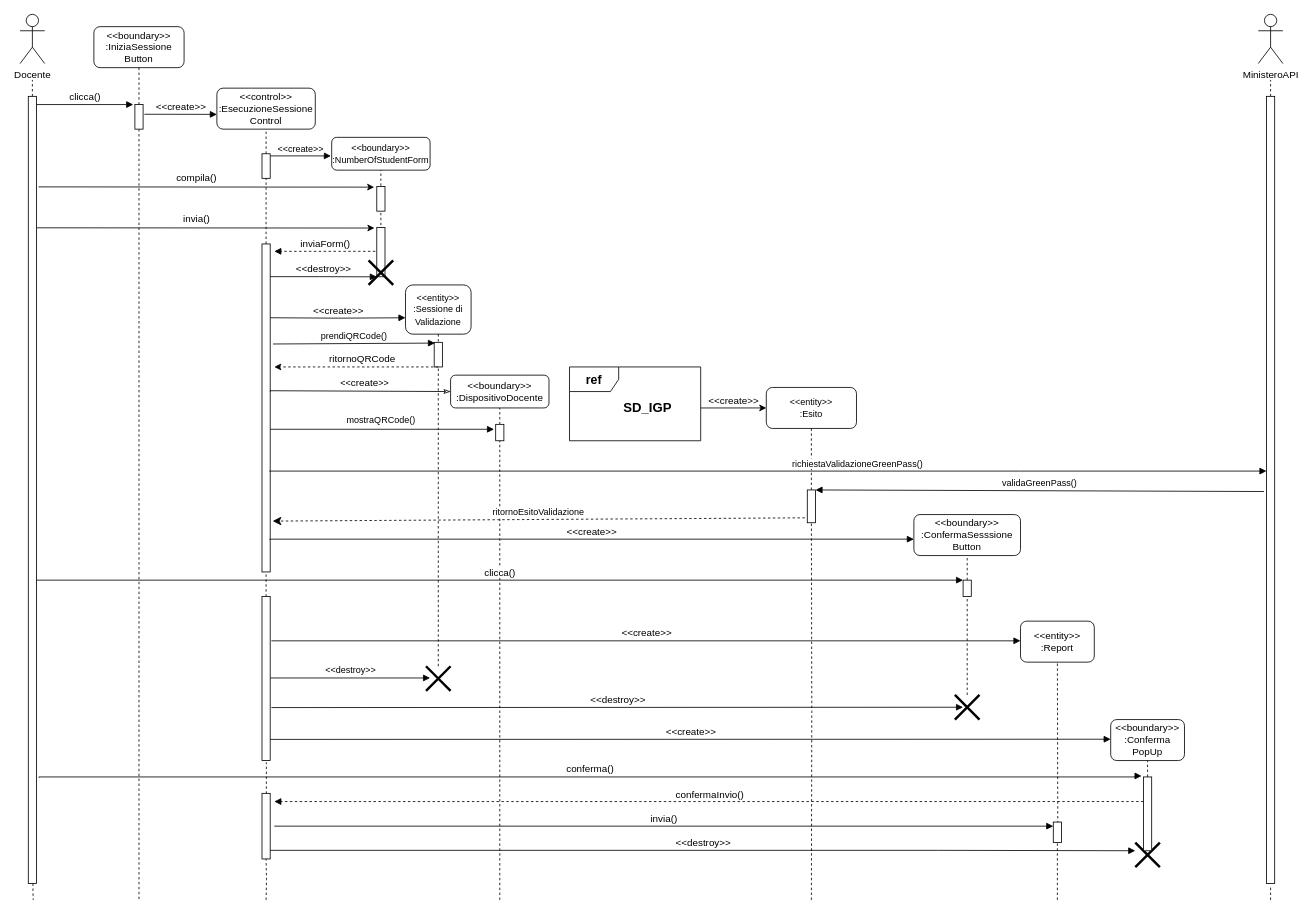
Earlier version of the draw.io diagram Documentazione/Resources/Sequence Diagram/Esecuzione Sessione/Sequence Diagram ExecuteSession.drawio (Alberto-00/EasyPass). Source tidied: cells renumbered, new cells numbered last; positions are measured from the earlier drawing's top-left corner, leaving out a move shared by most shapes. Both pictures are drawn from the tidied source at 82%, with x=0, y=0 at pixel (20, 14).
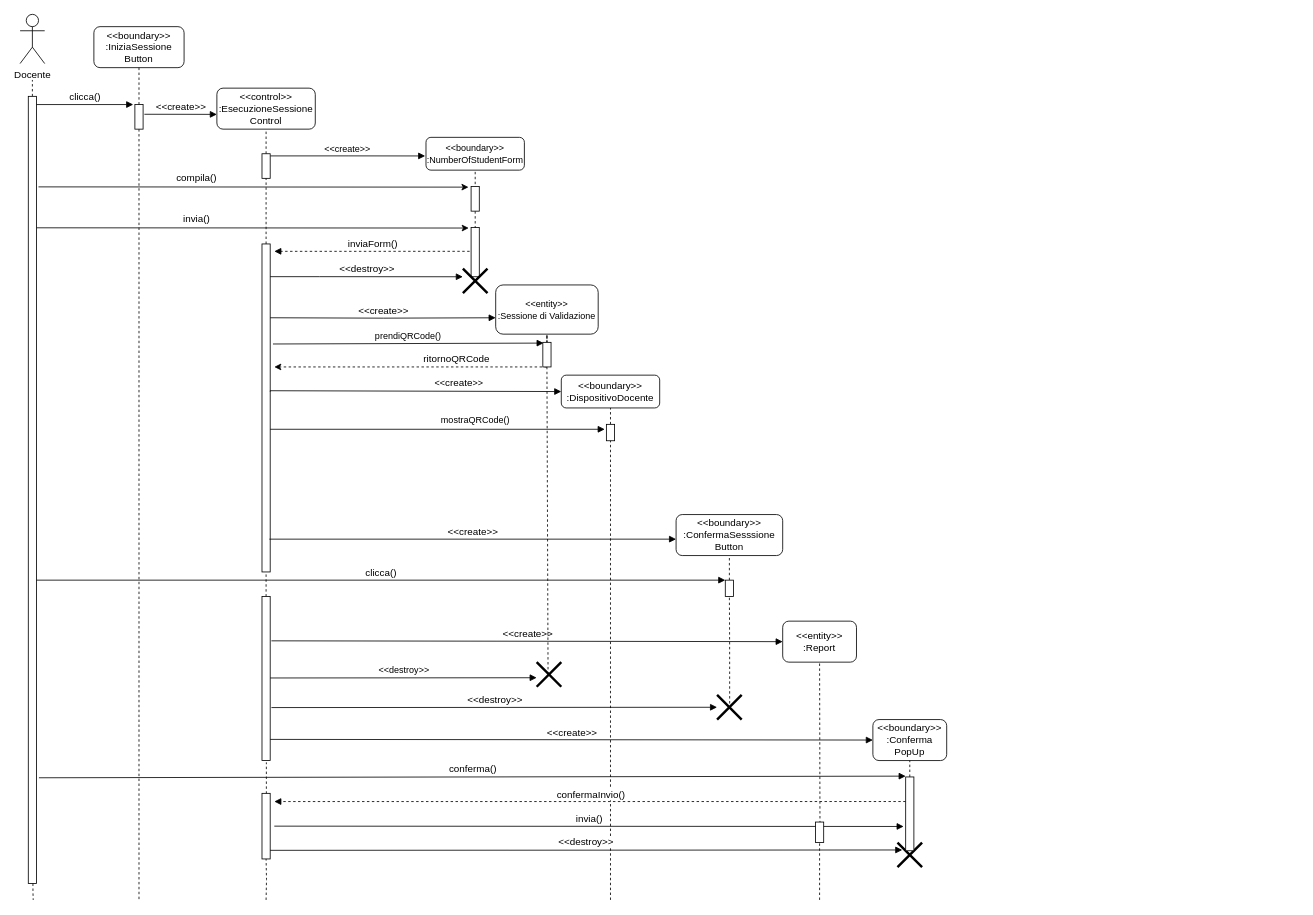
The same diagram, later.

The change refers to these unchanged cells:
```xml
<mxCell id="20" style="html=1;points=[];perimeter=orthogonalPerimeter;" parent="1" vertex="1">
  <mxGeometry x="295" y="280" width="10" height="400" as="geometry" />
</mxCell>
<mxCell id="47" style="html=1;points=[];perimeter=orthogonalPerimeter;" parent="1" vertex="1">
  <mxGeometry x="295" y="710" width="10" height="200" as="geometry" />
</mxCell>
```

Diff of the diagram source:
```diff
@@
     <mxCell id="16" value="&lt;span style=&quot;font-size: 11px&quot;&gt;&amp;lt;&amp;lt;boundary&amp;gt;&amp;gt;&lt;br&gt;:NumberOfStudentForm&lt;/span&gt;" style="rounded=1;whiteSpace=wrap;html=1;" parent="1" vertex="1">
-      <mxGeometry x="380" y="150" width="120" height="40" as="geometry" />
+      <mxGeometry x="495" y="150" width="120" height="40" as="geometry" />
     </mxCell>
     <mxCell id="17" style="endArrow=none;dashed=1;html=1;rounded=0;edgeStyle=orthogonalEdgeStyle;entryX=0.5;entryY=1;entryDx=0;entryDy=0;exitX=0.538;exitY=0.533;exitDx=0;exitDy=0;exitPerimeter=0;" parent="1" edge="1" source="24" target="16">
       <mxGeometry relative="1" as="geometry">
         <Array as="points">
-          <mxPoint x="441" y="260" />
-          <mxPoint x="440" y="260" />
+          <mxPoint x="556" y="260" />
+          <mxPoint x="555" y="260" />
         </Array>
       </mxGeometry>
     </mxCell>
     <mxCell id="18" style="html=1;points=[];perimeter=orthogonalPerimeter;" parent="1" vertex="1">
-      <mxGeometry x="435" y="210" width="10" height="30" as="geometry" />
+      <mxGeometry x="550" y="210" width="10" height="30" as="geometry" />
     </mxCell>
     <mxCell id="19" style="html=1;points=[];perimeter=orthogonalPerimeter;" parent="1" vertex="1">
-      <mxGeometry x="435" y="260" width="10" height="60" as="geometry" />
+      <mxGeometry x="550" y="260" width="10" height="60" as="geometry" />
     </mxCell>
@@
-    <mxCell id="23" value="&lt;font style=&quot;font-size: 12px&quot;&gt;&amp;lt;&amp;lt;destroy&amp;gt;&amp;gt;&lt;/font&gt;" style="html=1;verticalAlign=bottom;endArrow=block;rounded=0;edgeStyle=orthogonalEdgeStyle;entryX=0.007;entryY=1.002;entryDx=0;entryDy=0;entryPerimeter=0;" parent="1" edge="1" target="19">
+    <mxCell id="23" value="&lt;font style=&quot;font-size: 12px&quot;&gt;&amp;lt;&amp;lt;destroy&amp;gt;&amp;gt;&lt;/font&gt;" style="html=1;verticalAlign=bottom;endArrow=block;rounded=0;edgeStyle=orthogonalEdgeStyle;" parent="1" edge="1">
       <mxGeometry relative="1" as="geometry">
         <mxPoint x="305" y="319.9" as="sourcePoint" />
+        <mxPoint x="540" y="320" as="targetPoint" />
         <Array as="points">
           <mxPoint x="365" y="320" />
         </Array>
       </mxGeometry>
     </mxCell>
     <mxCell id="24" style="shape=umlDestroy;whiteSpace=wrap;html=1;strokeWidth=3;" parent="1" vertex="1">
-      <mxGeometry x="425" y="300" width="30" height="30" as="geometry" />
+      <mxGeometry x="540" y="310" width="30" height="30" as="geometry" />
     </mxCell>
@@
     <mxCell id="26" value="&lt;span style=&quot;font-size: 11px&quot;&gt;&amp;lt;&amp;lt;entity&amp;gt;&amp;gt;&lt;br&gt;:Sessione di Validazione&lt;/span&gt;" style="rounded=1;whiteSpace=wrap;html=1;" parent="1" vertex="1">
-      <mxGeometry x="470" y="330" width="80" height="60" as="geometry" />
+      <mxGeometry x="580" y="330" width="125" height="60" as="geometry" />
     </mxCell>
-    <mxCell id="27" style="endArrow=none;dashed=1;html=1;rounded=0;edgeStyle=orthogonalEdgeStyle;entryX=0.5;entryY=1;entryDx=0;entryDy=0;startArrow=none;" parent="1" edge="1" source="51" target="26">
+    <mxCell id="27" style="endArrow=none;dashed=1;html=1;rounded=0;edgeStyle=orthogonalEdgeStyle;entryX=0.5;entryY=1;entryDx=0;entryDy=0;startArrow=none;" parent="1" edge="1" source="28" target="26">
       <mxGeometry relative="1" as="geometry" />
     </mxCell>
-    <mxCell id="28" style="html=1;points=[];perimeter=orthogonalPerimeter;" parent="1" vertex="1">
-      <mxGeometry x="505" y="400" width="10" height="30" as="geometry" />
-    </mxCell>
@@
     <mxCell id="30" value="&amp;lt;&amp;lt;boundary&amp;gt;&amp;gt;&lt;br&gt;:DispositivoDocente" style="rounded=1;whiteSpace=wrap;html=1;" parent="1" vertex="1">
-      <mxGeometry x="525" y="440" width="120" height="40" as="geometry" />
+      <mxGeometry x="660" y="440" width="120" height="40" as="geometry" />
     </mxCell>
@@
     <mxCell id="32" style="html=1;points=[];perimeter=orthogonalPerimeter;" parent="1" vertex="1">
-      <mxGeometry x="580" y="500" width="10" height="20" as="geometry" />
+      <mxGeometry x="715" y="500" width="10" height="20" as="geometry" />
     </mxCell>
-    <mxCell id="33" style="endArrow=none;dashed=1;html=1;rounded=0;edgeStyle=orthogonalEdgeStyle;entryX=0.5;entryY=1;entryDx=0;entryDy=0;" parent="1" edge="1" target="32">
+    <mxCell id="33" style="endArrow=none;dashed=1;html=1;rounded=0;entryX=0.5;entryY=1;entryDx=0;entryDy=0;" parent="1" edge="1" target="32">
       <mxGeometry relative="1" as="geometry">
-        <mxPoint x="585" y="1080" as="sourcePoint" />
-        <Array as="points">
-          <mxPoint x="585" y="1080" />
-        </Array>
+        <mxPoint x="720" y="1080" as="sourcePoint" />
       </mxGeometry>
     </mxCell>
-    <mxCell id="34" value="&lt;font style=&quot;font-size: 15px&quot;&gt;&lt;b&gt;ref&lt;/b&gt;&lt;/font&gt;" style="shape=umlFrame;whiteSpace=wrap;html=1;" parent="1" vertex="1">
-      <mxGeometry x="670" y="430" width="160" height="90" as="geometry" />
-    </mxCell>
-    <mxCell id="35" value="&lt;font style=&quot;font-size: 16px&quot;&gt;&lt;b&gt;SD_IGP&lt;/b&gt;&lt;/font&gt;" style="text;html=1;align=center;verticalAlign=middle;strokeColor=none;fillColor=none;" parent="1" vertex="1">
-      <mxGeometry x="730" y="470" width="70" height="20" as="geometry" />
-    </mxCell>
-    <mxCell id="36" value="&lt;span style=&quot;font-size: 11px&quot;&gt;&amp;lt;&amp;lt;entity&amp;gt;&amp;gt;&lt;br&gt;:Esito&lt;/span&gt;" style="rounded=1;whiteSpace=wrap;html=1;" parent="1" vertex="1">
-      <mxGeometry x="910" y="455" width="110" height="50" as="geometry" />
-    </mxCell>
-    <mxCell id="37" style="endArrow=none;dashed=1;html=1;rounded=0;edgeStyle=orthogonalEdgeStyle;entryX=0.5;entryY=1;entryDx=0;entryDy=0;startArrow=none;" parent="1" edge="1" source="38" target="36">
-      <mxGeometry relative="1" as="geometry" />
-    </mxCell>
-    <mxCell id="38" style="html=1;points=[];perimeter=orthogonalPerimeter;" parent="1" vertex="1">
-      <mxGeometry x="960" y="580" width="10" height="40" as="geometry" />
-    </mxCell>
-    <mxCell id="39" style="endArrow=none;dashed=1;html=1;rounded=0;edgeStyle=orthogonalEdgeStyle;entryX=0.5;entryY=1;entryDx=0;entryDy=0;startArrow=none;" parent="1" edge="1" target="38">
-      <mxGeometry relative="1" as="geometry">
-        <mxPoint x="965" y="1080" as="sourcePoint" />
-      </mxGeometry>
-    </mxCell>
-    <mxCell id="40" value="richiestaValidazioneGreenPass()" style="html=1;verticalAlign=bottom;endArrow=block;rounded=0;edgeStyle=orthogonalEdgeStyle;" parent="1" edge="1" target="77">
-      <mxGeometry x="0.18" relative="1" as="geometry">
-        <mxPoint x="304" y="557" as="sourcePoint" />
-        <Array as="points">
-          <mxPoint x="1220" y="557" />
-          <mxPoint x="1220" y="557" />
-        </Array>
-      </mxGeometry>
-    </mxCell>
     <mxCell id="41" value="&lt;font style=&quot;font-size: 12px&quot;&gt;&amp;lt;&amp;lt;create&amp;gt;&amp;gt;&lt;/font&gt;" style="html=1;verticalAlign=bottom;endArrow=block;rounded=0;edgeStyle=orthogonalEdgeStyle;" parent="1" edge="1">
       <mxGeometry relative="1" as="geometry">
         <mxPoint x="304" y="640" as="sourcePoint" />
-        <mxPoint x="1090" y="640" as="targetPoint" />
+        <mxPoint x="800" y="640" as="targetPoint" />
         <Array as="points">
           <mxPoint x="304" y="640" />
         </Array>
       </mxGeometry>
     </mxCell>
     <mxCell id="42" value="&lt;span&gt;&amp;lt;&amp;lt;boundary&amp;gt;&amp;gt;&lt;br&gt;:ConfermaSesssione&lt;br&gt;Button&lt;/span&gt;" style="rounded=1;whiteSpace=wrap;html=1;" parent="1" vertex="1">
-      <mxGeometry x="1090" y="610" width="130" height="50" as="geometry" />
+      <mxGeometry x="800" y="610" width="130" height="50" as="geometry" />
     </mxCell>
@@
     <mxCell id="45" style="html=1;points=[];perimeter=orthogonalPerimeter;" parent="1" vertex="1">
-      <mxGeometry x="1150" y="690" width="10" height="20" as="geometry" />
+      <mxGeometry x="860" y="690" width="10" height="20" as="geometry" />
     </mxCell>
-    <mxCell id="46" style="endArrow=none;dashed=1;html=1;rounded=0;edgeStyle=orthogonalEdgeStyle;entryX=0.5;entryY=1;entryDx=0;entryDy=0;startArrow=none;" parent="1" edge="1" source="73" target="45">
+    <mxCell id="46" style="endArrow=none;dashed=1;html=1;rounded=0;edgeStyle=orthogonalEdgeStyle;entryX=0.5;entryY=1;entryDx=0;entryDy=0;startArrow=none;exitX=0.511;exitY=0.547;exitDx=0;exitDy=0;exitPerimeter=0;" parent="1" edge="1" source="73" target="45">
       <mxGeometry relative="1" as="geometry" />
     </mxCell>
@@
-    <mxCell id="48" value="&lt;font style=&quot;font-size: 12px&quot;&gt;&amp;lt;&amp;lt;create&amp;gt;&amp;gt;&lt;/font&gt;" style="html=1;verticalAlign=bottom;endArrow=block;rounded=0;exitX=1.152;exitY=0.27;exitDx=0;exitDy=0;exitPerimeter=0;" parent="1" edge="1" source="47">
-      <mxGeometry relative="1" as="geometry">
-        <mxPoint x="1220" y="764" as="targetPoint" />
-      </mxGeometry>
+    <mxCell id="48" value="&lt;font style=&quot;font-size: 12px&quot;&gt;&amp;lt;&amp;lt;create&amp;gt;&amp;gt;&lt;/font&gt;" style="html=1;verticalAlign=bottom;endArrow=block;rounded=0;exitX=1.152;exitY=0.27;exitDx=0;exitDy=0;exitPerimeter=0;entryX=0;entryY=0.5;entryDx=0;entryDy=0;" parent="1" edge="1" source="47" target="49">
+      <mxGeometry relative="1" as="geometry" />
     </mxCell>
     <mxCell id="49" value="&amp;lt;&amp;lt;entity&amp;gt;&amp;gt;&lt;br&gt;:Report" style="rounded=1;whiteSpace=wrap;html=1;" parent="1" vertex="1">
-      <mxGeometry x="1220" y="740" width="90" height="50" as="geometry" />
+      <mxGeometry x="930" y="740" width="90" height="50" as="geometry" />
     </mxCell>
-    <mxCell id="50" value="&amp;lt;&amp;lt;destroy&amp;gt;&amp;gt;" style="html=1;verticalAlign=bottom;endArrow=block;rounded=0;edgeStyle=orthogonalEdgeStyle;" parent="1" edge="1">
+    <mxCell id="50" value="&amp;lt;&amp;lt;destroy&amp;gt;&amp;gt;" style="html=1;verticalAlign=bottom;endArrow=block;rounded=0;" parent="1" edge="1">
       <mxGeometry relative="1" as="geometry">
         <mxPoint x="305" y="809.3" as="sourcePoint" />
-        <mxPoint x="500" y="809.3" as="targetPoint" />
+        <mxPoint x="630" y="809" as="targetPoint" />
       </mxGeometry>
     </mxCell>
     <mxCell id="51" style="shape=umlDestroy;whiteSpace=wrap;html=1;strokeWidth=3;" parent="1" vertex="1">
-      <mxGeometry x="495" y="795" width="30" height="30" as="geometry" />
+      <mxGeometry x="630" y="790" width="30" height="30" as="geometry" />
     </mxCell>
@@
-    <mxCell id="53" value="&lt;font style=&quot;font-size: 12px&quot;&gt;&amp;lt;&amp;lt;destroy&amp;gt;&amp;gt;&lt;/font&gt;" style="html=1;verticalAlign=bottom;endArrow=block;rounded=0;exitX=1.152;exitY=0.677;exitDx=0;exitDy=0;exitPerimeter=0;" parent="1" edge="1" source="47">
-      <mxGeometry relative="1" as="geometry">
-        <mxPoint x="1150" y="845" as="targetPoint" />
-      </mxGeometry>
+    <mxCell id="53" value="&lt;font style=&quot;font-size: 12px&quot;&gt;&amp;lt;&amp;lt;destroy&amp;gt;&amp;gt;&lt;/font&gt;" style="html=1;verticalAlign=bottom;endArrow=block;rounded=0;exitX=1.152;exitY=0.677;exitDx=0;exitDy=0;exitPerimeter=0;" parent="1" edge="1" source="47" target="73">
+      <mxGeometry relative="1" as="geometry" />
     </mxCell>
-    <mxCell id="54" value="&lt;font style=&quot;font-size: 12px&quot;&gt;&amp;lt;&amp;lt;create&amp;gt;&amp;gt;&lt;/font&gt;" style="html=1;verticalAlign=bottom;endArrow=block;rounded=0;" parent="1" edge="1">
+    <mxCell id="54" value="&lt;font style=&quot;font-size: 12px&quot;&gt;&amp;lt;&amp;lt;create&amp;gt;&amp;gt;&lt;/font&gt;" style="html=1;verticalAlign=bottom;endArrow=block;rounded=0;entryX=0;entryY=0.5;entryDx=0;entryDy=0;" parent="1" edge="1" target="55">
       <mxGeometry relative="1" as="geometry">
         <mxPoint x="305" y="884.2" as="sourcePoint" />
-        <mxPoint x="1330" y="884" as="targetPoint" />
       </mxGeometry>
     </mxCell>
     <mxCell id="55" value="&amp;lt;&amp;lt;boundary&amp;gt;&amp;gt;&lt;br&gt;:Conferma&lt;br&gt;PopUp" style="rounded=1;whiteSpace=wrap;html=1;" parent="1" vertex="1">
-      <mxGeometry x="1330" y="860" width="90" height="50" as="geometry" />
+      <mxGeometry x="1040" y="860" width="90" height="50" as="geometry" />
     </mxCell>
@@
-    <mxCell id="57" value="&lt;font style=&quot;font-size: 12px&quot;&gt;conferma()&lt;/font&gt;" style="html=1;verticalAlign=bottom;endArrow=block;rounded=0;edgeStyle=orthogonalEdgeStyle;entryX=-0.229;entryY=-0.013;entryDx=0;entryDy=0;entryPerimeter=0;" parent="1" edge="1" target="74">
+    <mxCell id="57" value="&lt;font style=&quot;font-size: 12px&quot;&gt;conferma()&lt;/font&gt;" style="html=1;verticalAlign=bottom;endArrow=block;rounded=0;" parent="1" edge="1">
       <mxGeometry relative="1" as="geometry">
         <mxPoint x="23" y="931" as="sourcePoint" />
-        <Array as="points">
-          <mxPoint x="23" y="930" />
-          <mxPoint x="1360" y="930" />
-          <mxPoint x="1360" y="929" />
-        </Array>
+        <mxPoint x="1080" y="929" as="targetPoint" />
       </mxGeometry>
     </mxCell>
@@
-    <mxCell id="62" value="&lt;font style=&quot;font-size: 12px&quot;&gt;&amp;lt;&amp;lt;destroy&amp;gt;&amp;gt;&lt;/font&gt;" style="html=1;verticalAlign=bottom;endArrow=block;rounded=0;edgeStyle=orthogonalEdgeStyle;" parent="1" edge="1">
+    <mxCell id="62" value="&lt;font style=&quot;font-size: 12px&quot;&gt;&amp;lt;&amp;lt;destroy&amp;gt;&amp;gt;&lt;/font&gt;" style="html=1;verticalAlign=bottom;endArrow=block;rounded=0;entryX=0.195;entryY=0.302;entryDx=0;entryDy=0;entryPerimeter=0;" parent="1" edge="1" target="63">
       <mxGeometry relative="1" as="geometry">
         <mxPoint x="305" y="1019.5" as="sourcePoint" />
-        <mxPoint x="1360" y="1020" as="targetPoint" />
-        <Array as="points">
-          <mxPoint x="1120" y="1020" />
-          <mxPoint x="1120" y="1020" />
-        </Array>
       </mxGeometry>
     </mxCell>
     <mxCell id="63" style="shape=umlDestroy;whiteSpace=wrap;html=1;strokeWidth=3;" parent="1" vertex="1">
-      <mxGeometry x="1360" y="1010" width="30" height="30" as="geometry" />
+      <mxGeometry x="1070" y="1010" width="30" height="30" as="geometry" />
     </mxCell>
     <mxCell id="64" style="endArrow=none;dashed=1;html=1;rounded=0;startArrow=none;" parent="1" edge="1" source="83">
       <mxGeometry relative="1" as="geometry">
-        <mxPoint x="1265" y="990" as="targetPoint" />
+        <mxPoint x="975" y="990" as="targetPoint" />
       </mxGeometry>
     </mxCell>
@@
-    <mxCell id="66" value="&lt;font style=&quot;font-size: 12px&quot;&gt;invia()&lt;/font&gt;" style="html=1;verticalAlign=bottom;endArrow=block;rounded=0;" parent="1" edge="1">
+    <mxCell id="66" value="&lt;font style=&quot;font-size: 12px&quot;&gt;invia()&lt;/font&gt;" style="html=1;verticalAlign=bottom;endArrow=block;rounded=0;entryX=-0.247;entryY=0.671;entryDx=0;entryDy=0;entryPerimeter=0;" parent="1" edge="1" target="74">
       <mxGeometry relative="1" as="geometry">
         <mxPoint x="310" y="990" as="sourcePoint" />
-        <mxPoint x="1260" y="990" as="targetPoint" />
       </mxGeometry>
     </mxCell>
@@
-    <mxCell id="71" style="endArrow=classic;html=1;rounded=0;fontSize=15;entryX=0;entryY=0.5;entryDx=0;entryDy=0;exitX=1;exitY=0.556;exitDx=0;exitDy=0;exitPerimeter=0;" parent="1" edge="1" source="34" target="36">
-      <mxGeometry relative="1" as="geometry" />
-    </mxCell>
-    <mxCell id="72" value="&lt;font style=&quot;font-size: 12px&quot;&gt;&amp;lt;&amp;lt;create&amp;gt;&amp;gt;&lt;/font&gt;" style="text;html=1;align=center;verticalAlign=middle;strokeColor=none;fillColor=none;fontSize=15;" parent="1" vertex="1">
-      <mxGeometry x="830" y="460" width="80" height="20" as="geometry" />
-    </mxCell>
     <mxCell id="73" style="shape=umlDestroy;whiteSpace=wrap;html=1;strokeWidth=3;" parent="1" vertex="1">
-      <mxGeometry x="1140" y="830" width="30" height="30" as="geometry" />
+      <mxGeometry x="850" y="830" width="30" height="30" as="geometry" />
     </mxCell>
     <mxCell id="74" style="html=1;points=[];perimeter=orthogonalPerimeter;" parent="1" vertex="1">
-      <mxGeometry x="1370" y="930" width="10" height="90" as="geometry" />
+      <mxGeometry x="1080" y="930" width="10" height="90" as="geometry" />
     </mxCell>
-    <mxCell id="75" value="MinisteroAPI" style="shape=umlActor;verticalLabelPosition=bottom;verticalAlign=top;html=1;" parent="1" vertex="1">
-      <mxGeometry x="1510" width="30" height="60" as="geometry" />
-    </mxCell>
-    <mxCell id="76" style="endArrow=none;dashed=1;html=1;rounded=0;edgeStyle=orthogonalEdgeStyle;startArrow=none;" parent="1" edge="1" source="77">
-      <mxGeometry relative="1" as="geometry">
-        <mxPoint x="1525" y="80" as="targetPoint" />
-        <Array as="points">
-          <mxPoint x="1525" y="100" />
-          <mxPoint x="1525" y="100" />
-        </Array>
-      </mxGeometry>
-    </mxCell>
-    <mxCell id="77" style="html=1;points=[];perimeter=orthogonalPerimeter;" parent="1" vertex="1">
-      <mxGeometry x="1520" y="100" width="10" height="960" as="geometry" />
-    </mxCell>
-    <mxCell id="78" style="endArrow=none;dashed=1;html=1;rounded=0;entryX=0.5;entryY=1.004;entryDx=0;entryDy=0;entryPerimeter=0;" parent="1" edge="1" target="77">
-      <mxGeometry relative="1" as="geometry">
-        <mxPoint x="1525" y="1080" as="sourcePoint" />
-      </mxGeometry>
-    </mxCell>
-    <mxCell id="79" value="validaGreenPass()" style="html=1;verticalAlign=bottom;endArrow=block;rounded=0;exitX=-0.3;exitY=0.502;exitDx=0;exitDy=0;exitPerimeter=0;entryX=1;entryY=0;entryDx=0;entryDy=0;entryPerimeter=0;" parent="1" edge="1" source="77" target="38">
-      <mxGeometry relative="1" as="geometry" />
-    </mxCell>
-    <mxCell id="80" value="ritornoEsitoValidazione" style="html=1;verticalAlign=bottom;endArrow=classic;dashed=1;endSize=8;rounded=0;exitX=-0.3;exitY=0.85;exitDx=0;exitDy=0;exitPerimeter=0;entryX=1.3;entryY=0.845;entryDx=0;entryDy=0;entryPerimeter=0;endFill=1;" parent="1" edge="1" source="38" target="20">
-      <mxGeometry relative="1" as="geometry" />
-    </mxCell>
@@
     <mxCell id="82" value="ritornoQRCode" style="text;html=1;strokeColor=none;fillColor=none;align=center;verticalAlign=middle;whiteSpace=wrap;rounded=0;fontSize=12;" parent="1" vertex="1">
-      <mxGeometry x="385" y="410" width="65" height="20" as="geometry" />
+      <mxGeometry x="500" y="410" width="65" height="20" as="geometry" />
     </mxCell>
     <mxCell id="83" style="html=1;points=[];perimeter=orthogonalPerimeter;" parent="1" vertex="1">
-      <mxGeometry x="1260" y="985" width="10" height="25" as="geometry" />
+      <mxGeometry x="970" y="985" width="10" height="25" as="geometry" />
     </mxCell>
     <mxCell id="84" style="endArrow=none;dashed=1;html=1;rounded=0;" parent="1" edge="1" target="83">
       <mxGeometry relative="1" as="geometry">
-        <mxPoint x="1265" y="1080" as="sourcePoint" />
+        <mxPoint x="975" y="1080" as="sourcePoint" />
       </mxGeometry>
     </mxCell>
@@
     <mxCell id="86" value="&lt;font style=&quot;font-size: 11px&quot;&gt;mostraQRCode()&lt;/font&gt;" style="text;html=1;align=center;verticalAlign=middle;strokeColor=none;fillColor=none;" parent="1" vertex="1">
-      <mxGeometry x="390" y="485" width="100" height="20" as="geometry" />
+      <mxGeometry x="505" y="485" width="100" height="20" as="geometry" />
     </mxCell>
-    <mxCell id="87" style="html=1;verticalAlign=bottom;labelBackgroundColor=none;endArrow=classicThin;endFill=0;rounded=0;edgeStyle=orthogonalEdgeStyle;exitX=1;exitY=0.45;exitDx=0;exitDy=0;entryX=0;entryY=0.5;entryDx=0;entryDy=0;fontSize=11;exitPerimeter=0;" parent="1" edge="1" source="20" target="30">
+    <mxCell id="87" style="html=1;verticalAlign=bottom;labelBackgroundColor=none;endArrow=block;endFill=1;rounded=0;edgeStyle=orthogonalEdgeStyle;exitX=1;exitY=0.45;exitDx=0;exitDy=0;entryX=0;entryY=0.5;entryDx=0;entryDy=0;fontSize=11;exitPerimeter=0;" parent="1" edge="1" source="20" target="30">
       <mxGeometry relative="1" as="geometry">
         <Array as="points">
           <mxPoint x="305" y="459" />
         </Array>
       </mxGeometry>
     </mxCell>
     <mxCell id="88" value="&amp;lt;&amp;lt;&lt;font style=&quot;font-size: 12px&quot;&gt;create&lt;/font&gt;&amp;gt;&amp;gt;" style="text;html=1;align=center;verticalAlign=middle;strokeColor=none;fillColor=none;fontSize=11;" parent="1" vertex="1">
-      <mxGeometry x="385" y="440" width="70" height="20" as="geometry" />
+      <mxGeometry x="500" y="440" width="70" height="20" as="geometry" />
     </mxCell>
+    <mxCell id="28" style="html=1;points=[];perimeter=orthogonalPerimeter;" parent="1" vertex="1">
+      <mxGeometry x="637.5" y="400" width="10" height="30" as="geometry" />
+    </mxCell>
+    <mxCell id="89" style="endArrow=none;dashed=1;html=1;rounded=0;entryX=0.5;entryY=1;entryDx=0;entryDy=0;startArrow=none;exitX=0.462;exitY=0.495;exitDx=0;exitDy=0;exitPerimeter=0;" parent="1" edge="1" source="51" target="28">
+      <mxGeometry relative="1" as="geometry" />
+    </mxCell>
```
